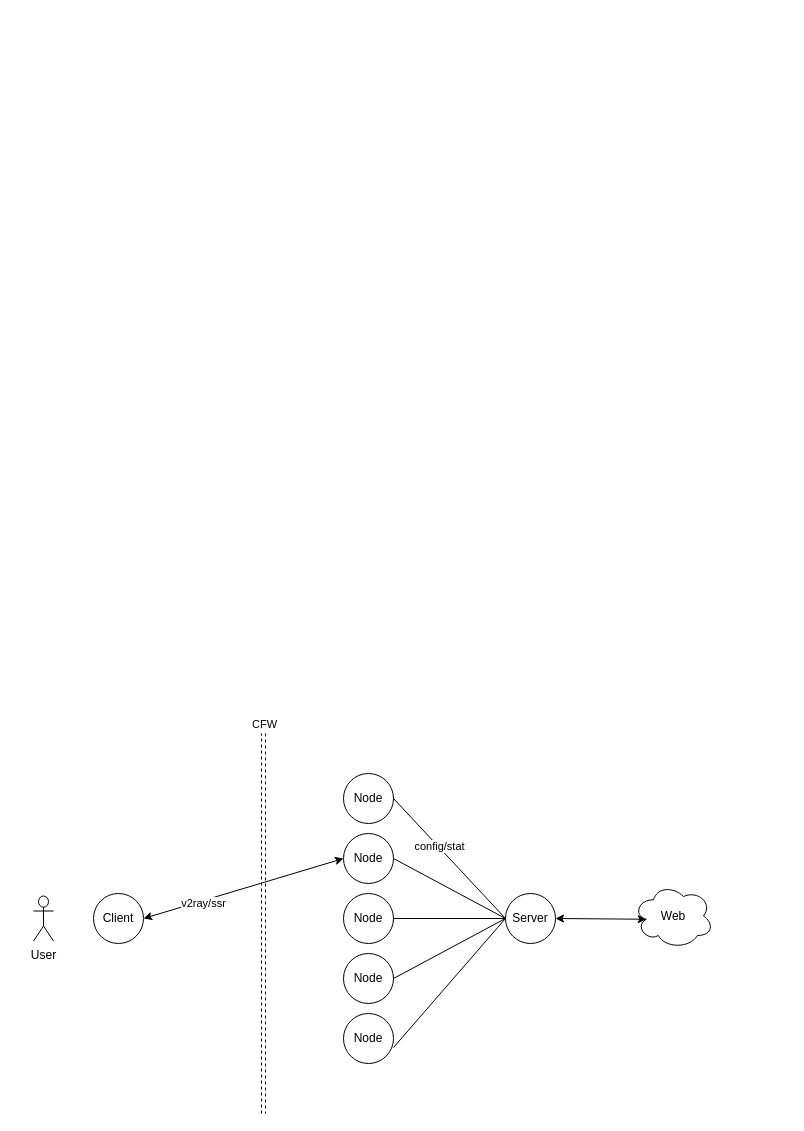
zebra-min/my-design keeps this draw.io diagram as page "第 1 页" (1 of 2) of bluary.drawio. Above is the earlier version. Source tidied: cells renumbered, new cells numbered last; positions are measured from the earlier drawing's top-left corner, leaving out a move shared by most shapes. Both pictures are drawn from the tidied source at 100%, with x=0, y=0 at pixel (33, 733).
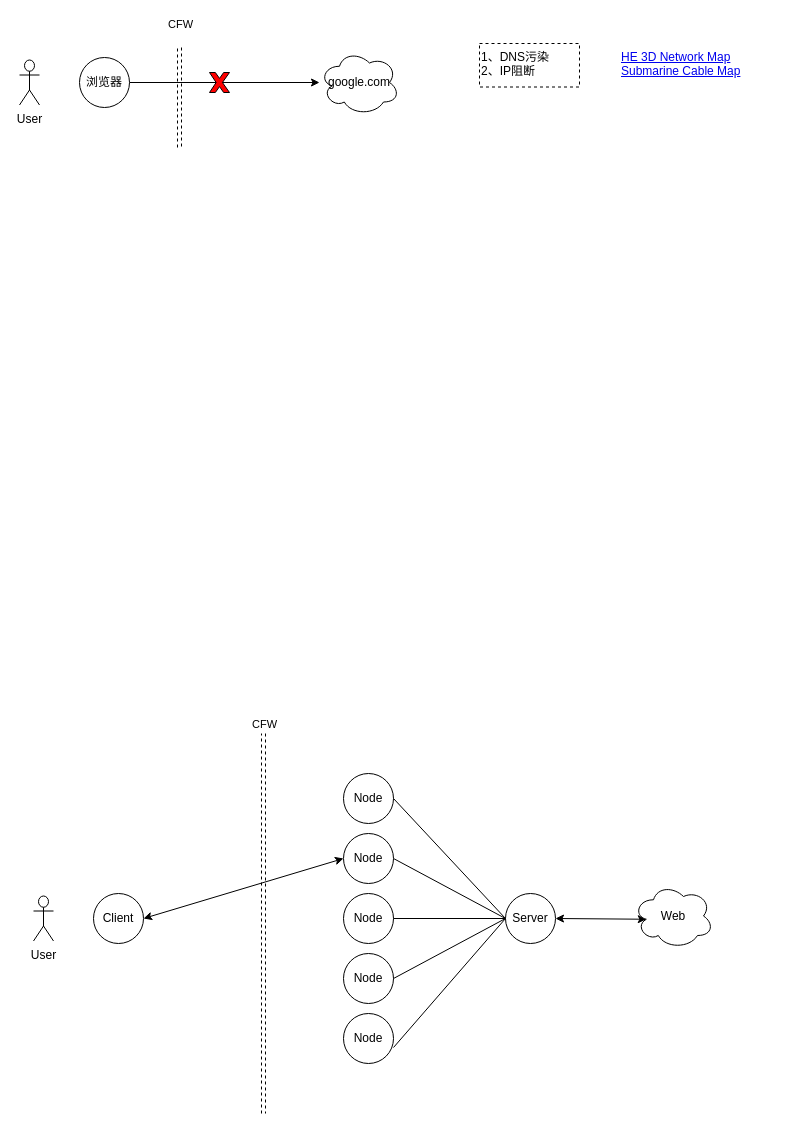
The same page after the edit.

The change refers to these unchanged cells:
```xml
<mxCell id="5" style="rounded=0;jettySize=auto;html=1;exitX=1;exitY=0.5;exitDx=0;exitDy=0;entryX=0;entryY=0.5;entryDx=0;entryDy=0;startArrow=classic;startFill=1;" parent="1" edge="1" source="7" target="10">
  <mxGeometry relative="1" as="geometry" />
</mxCell>
<mxCell id="14" style="rounded=0;jettySize=auto;html=1;exitX=0;exitY=0.5;exitDx=0;exitDy=0;entryX=1;entryY=0.5;entryDx=0;entryDy=0;startArrow=none;startFill=0;endArrow=none;endFill=0;" parent="1" edge="1" source="18" target="8">
  <mxGeometry relative="1" as="geometry" />
</mxCell>
```

Diff of the diagram source:
```diff
@@
-    <mxCell id="6" value="v2ray/ssr" style="edgeLabel;html=1;align=center;verticalAlign=middle;" parent="5" vertex="1">
-      <mxGeometry x="-0.41" y="-2" relative="1" as="geometry" />
-    </mxCell>
@@
-    <mxCell id="15" value="config/stat" style="edgeLabel;html=1;align=center;verticalAlign=middle;" parent="14" vertex="1">
-      <mxGeometry x="0.19" y="-1" relative="1" as="geometry" />
-    </mxCell>
@@
+    <mxCell id="22" value="User" style="shape=umlActor;verticalLabelPosition=bottom;verticalAlign=top;html=1;" parent="1" vertex="1">
+      <mxGeometry x="-14" y="-673.5" width="20" height="45" as="geometry" />
+    </mxCell>
+    <mxCell id="23" style="edgeStyle=none;rounded=0;jettySize=auto;html=1;exitX=1;exitY=0.5;exitDx=0;exitDy=0;" parent="1" edge="1" source="24" target="27">
+      <mxGeometry relative="1" as="geometry" />
+    </mxCell>
+    <mxCell id="24" value="浏览器" style="ellipse;whiteSpace=wrap;html=1;" parent="1" vertex="1">
+      <mxGeometry x="46" y="-676" width="50" height="50" as="geometry" />
+    </mxCell>
+    <mxCell id="25" style="shape=link;html=1;rounded=0;dashed=1;" parent="1" edge="1">
+      <mxGeometry relative="1" as="geometry">
+        <mxPoint x="146" y="-586" as="sourcePoint" />
+        <mxPoint x="146" y="-686" as="targetPoint" />
+      </mxGeometry>
+    </mxCell>
+    <mxCell id="26" value="CFW" style="edgeLabel;html=1;align=center;verticalAlign=middle;" parent="25" vertex="1">
+      <mxGeometry x="0.9" y="-3" relative="1" as="geometry">
+        <mxPoint x="-3" y="-29" as="offset" />
+      </mxGeometry>
+    </mxCell>
+    <mxCell id="27" value="google.com" style="ellipse;shape=cloud;whiteSpace=wrap;html=1;" parent="1" vertex="1">
+      <mxGeometry x="286" y="-683.5" width="80" height="65" as="geometry" />
+    </mxCell>
+    <mxCell id="28" style="verticalLabelPosition=bottom;verticalAlign=top;html=1;shape=mxgraph.basic.x;fillColor=#FF0000;" parent="1" vertex="1">
+      <mxGeometry x="176" y="-661" width="20" height="20" as="geometry" />
+    </mxCell>
+    <mxCell id="29" value="1、DNS污染&lt;br&gt;2、IP阻断" style="text;html=1;strokeColor=default;fillColor=none;align=left;verticalAlign=top;whiteSpace=wrap;rounded=0;dashed=1;" parent="1" vertex="1">
+      <mxGeometry x="446" y="-690" width="100" height="43.5" as="geometry" />
+    </mxCell>
+    <mxCell id="30" value="&lt;a href=&quot;https://www.he.net/3d-map/&quot;&gt;HE 3D Network Map&lt;/a&gt;&lt;br&gt;&lt;a href=&quot;https://www.submarinecablemap.com/&quot;&gt;Submarine Cable Map&lt;/a&gt;" style="text;html=1;strokeColor=none;fillColor=none;align=left;verticalAlign=top;whiteSpace=wrap;rounded=0;" parent="1" vertex="1">
+      <mxGeometry x="586" y="-690" width="167" height="40" as="geometry" />
+    </mxCell>
```
